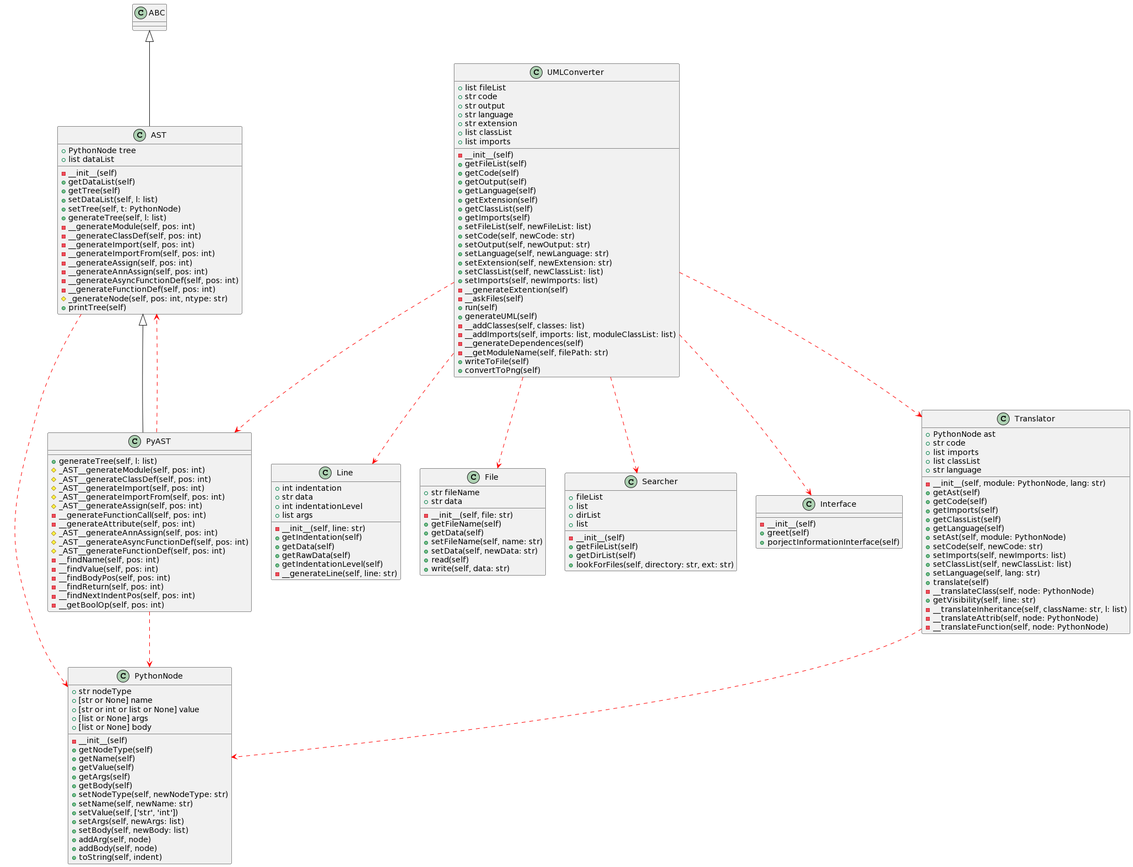
Before: outputs/projectUML.png, a diagram exported from PlantUML (AdrianEpi/UMLConverter).
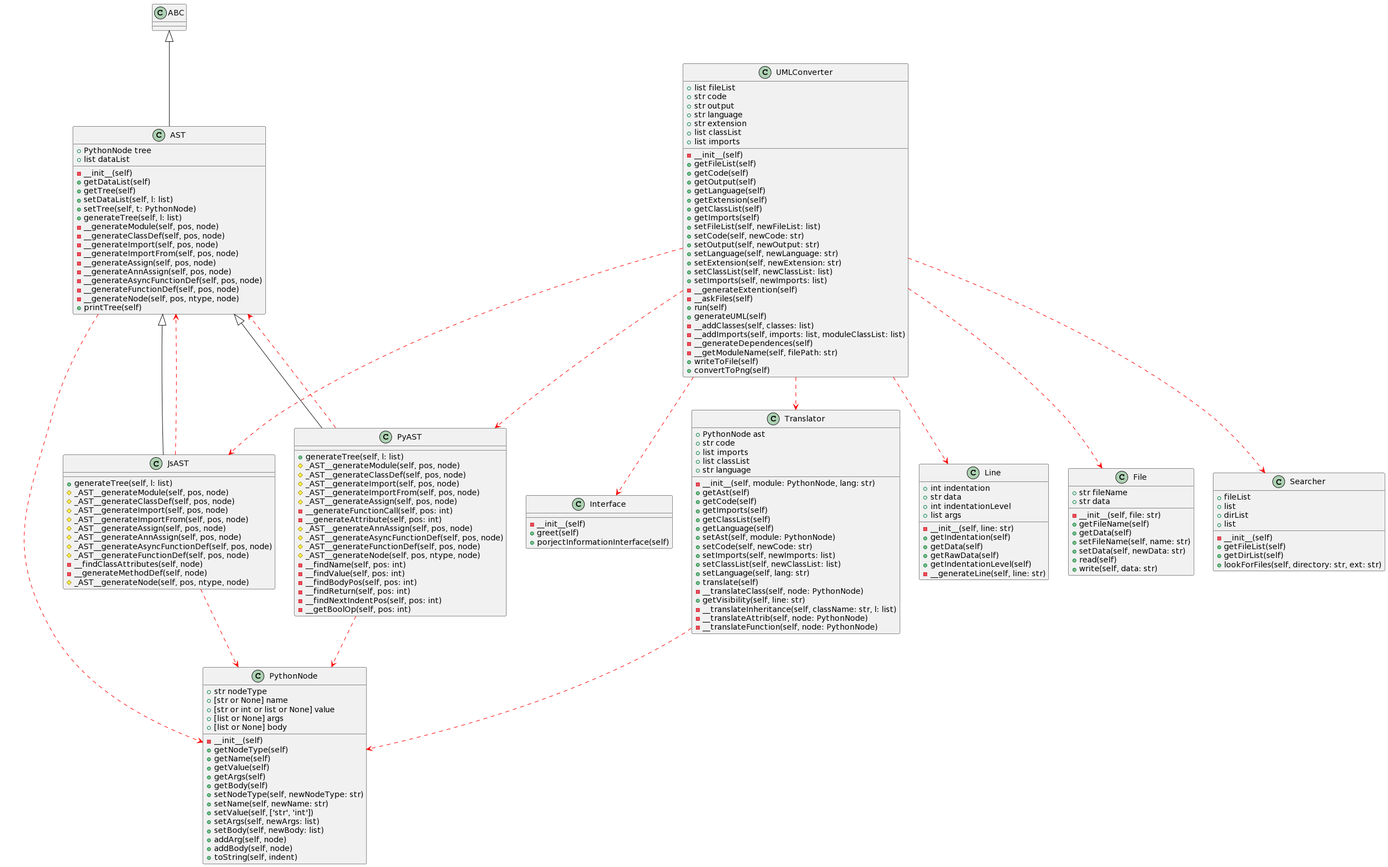
The same file after the commit.

Diff of the diagram source:
```diff
@@ -9,16 +9,32 @@
     + setDataList(self, l: list)
     + setTree(self, t: PythonNode)
     + generateTree(self, l: list)
-    - __generateModule(self, pos: int)
-    - __generateClassDef(self, pos: int)
-    - __generateImport(self, pos: int)
-    - __generateImportFrom(self, pos: int)
-    - __generateAssign(self, pos: int)
-    - __generateAnnAssign(self, pos: int)
-    - __generateAsyncFunctionDef(self, pos: int)
-    - __generateFunctionDef(self, pos: int)
-    # _generateNode(self, pos: int, ntype: str)
+    - __generateModule(self, pos, node)
+    - __generateClassDef(self, pos, node)
+    - __generateImport(self, pos, node)
+    - __generateImportFrom(self, pos, node)
+    - __generateAssign(self, pos, node)
+    - __generateAnnAssign(self, pos, node)
+    - __generateAsyncFunctionDef(self, pos, node)
+    - __generateFunctionDef(self, pos, node)
+    - __generateNode(self, pos, ntype, node)
     + printTree(self)
+}
+
+AST <|-- JsAST
+class JsAST {
+    + generateTree(self, l: list)
+    # _AST__generateModule(self, pos, node)
+    # _AST__generateClassDef(self, pos, node)
+    # _AST__generateImport(self, pos, node)
+    # _AST__generateImportFrom(self, pos, node)
+    # _AST__generateAssign(self, pos, node)
+    # _AST__generateAnnAssign(self, pos, node)
+    # _AST__generateAsyncFunctionDef(self, pos, node)
+    # _AST__generateFunctionDef(self, pos, node)
+    - __findClassAttributes(self, node)
+    - __generateMethodDef(self, node)
+    # _AST__generateNode(self, pos, ntype, node)
 }
 
 class Line {
@@ -37,16 +53,17 @@
 AST <|-- PyAST
 class PyAST {
     + generateTree(self, l: list)
-    # _AST__generateModule(self, pos: int)
-    # _AST__generateClassDef(self, pos: int)
-    # _AST__generateImport(self, pos: int)
-    # _AST__generateImportFrom(self, pos: int)
-    # _AST__generateAssign(self, pos: int)
+    # _AST__generateModule(self, pos, node)
+    # _AST__generateClassDef(self, pos, node)
+    # _AST__generateImport(self, pos, node)
+    # _AST__generateImportFrom(self, pos, node)
+    # _AST__generateAssign(self, pos, node)
     - __generateFunctionCall(self, pos: int)
     - __generateAttribute(self, pos: int)
-    # _AST__generateAnnAssign(self, pos: int)
-    # _AST__generateAsyncFunctionDef(self, pos: int)
-    # _AST__generateFunctionDef(self, pos: int)
+    # _AST__generateAnnAssign(self, pos, node)
+    # _AST__generateAsyncFunctionDef(self, pos, node)
+    # _AST__generateFunctionDef(self, pos, node)
+    # _AST__generateNode(self, pos, ntype, node)
     - __findName(self, pos: int)
     - __findValue(self, pos: int)
     - __findBodyPos(self, pos: int)
@@ -167,6 +184,8 @@
 }
 
 AST --> PythonNode #red;line.dashed
+JsAST --> PythonNode #red;line.dashed
+JsAST --> AST #red;line.dashed
 PyAST --> PythonNode #red;line.dashed
 PyAST --> AST #red;line.dashed
 Translator --> PythonNode #red;line.dashed
@@ -175,5 +194,6 @@
 UMLConverter --> Searcher #red;line.dashed
 UMLConverter --> Line #red;line.dashed
 UMLConverter --> PyAST #red;line.dashed
+UMLConverter --> JsAST #red;line.dashed
 UMLConverter --> Interface #red;line.dashed
 @enduml
```
